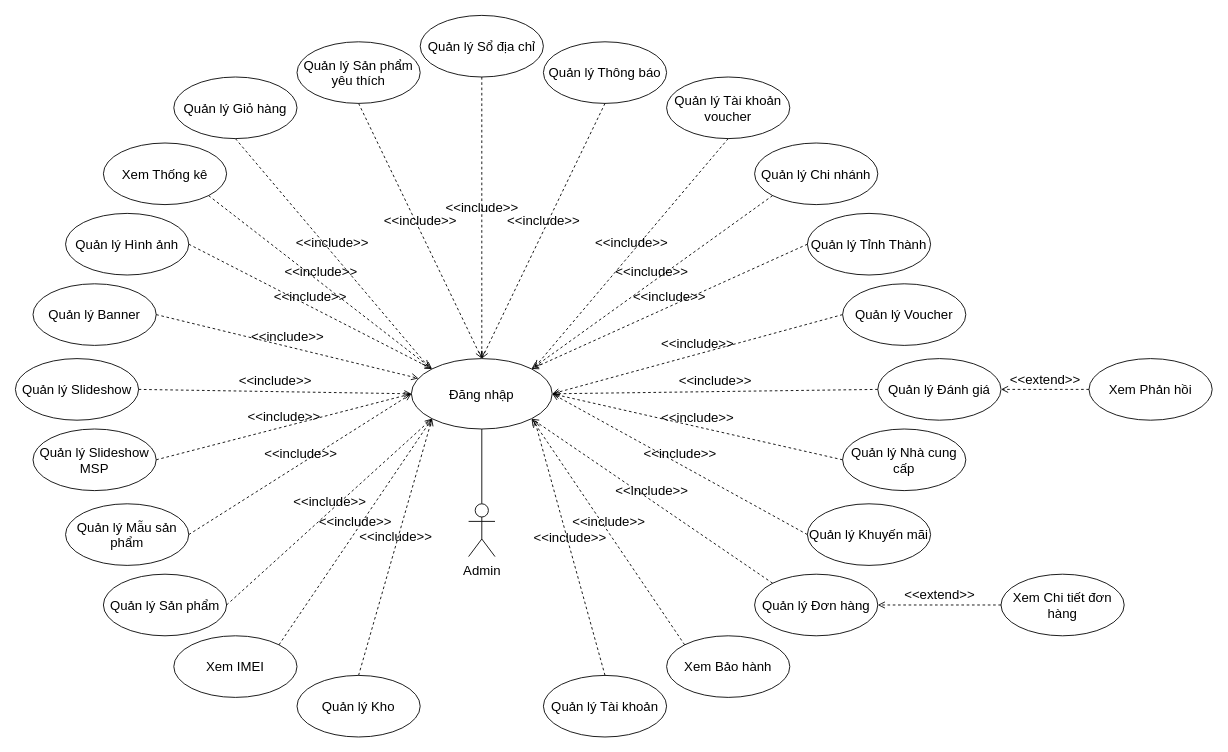
LammVuu/DATT keeps this draw.io diagram as Use Case/usecase_admin.drawio. Above is the earlier version. Source tidied: cells renumbered, new cells numbered last; positions are measured from the earlier drawing's top-left corner, leaving out a move shared by most shapes. Both pictures are drawn from the tidied source at 88%, with x=0, y=0 at pixel (15, 15).
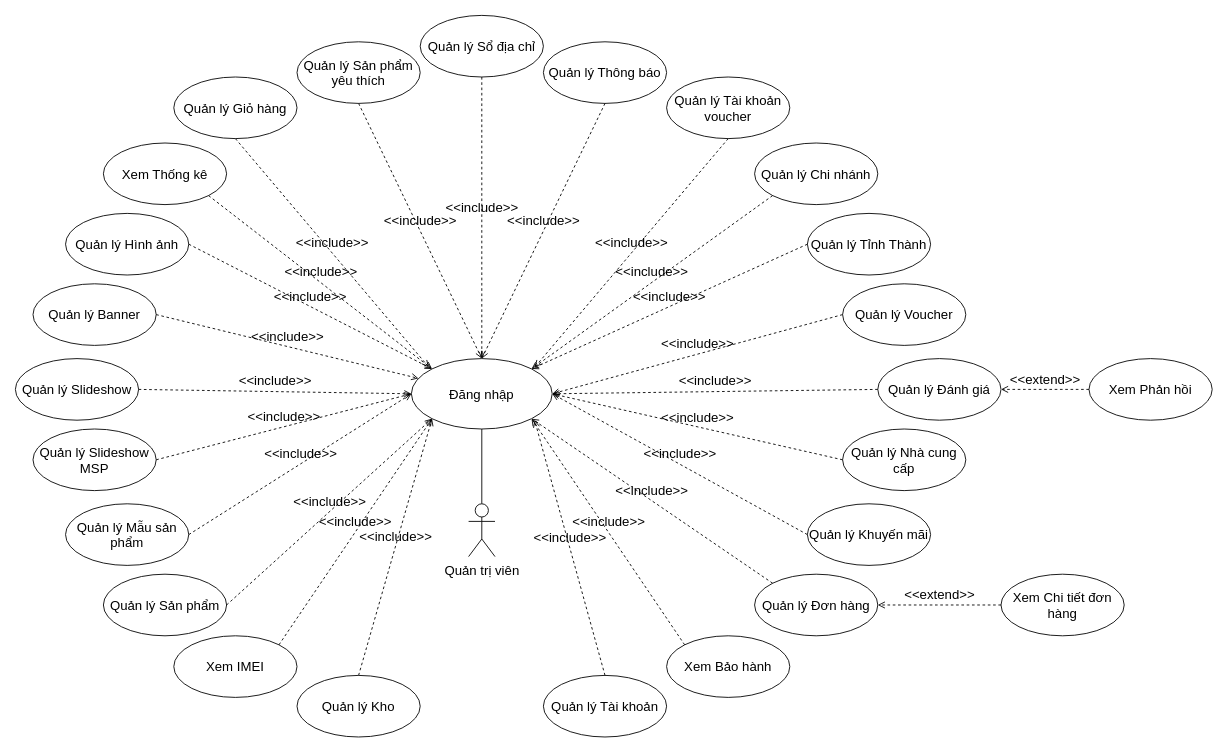
After the change.

The edit, as a diff of the source:
```diff
@@
-    <mxCell id="8" value="Admin" style="shape=umlActor;verticalLabelPosition=bottom;verticalAlign=top;html=1;fontSize=15;" parent="1" vertex="1">
+    <mxCell id="8" value="Quản trị viên" style="shape=umlActor;verticalLabelPosition=bottom;verticalAlign=top;html=1;fontSize=15;" parent="1" vertex="1">
       <mxGeometry x="515" y="555" width="30" height="60" as="geometry" />
     </mxCell>
```
